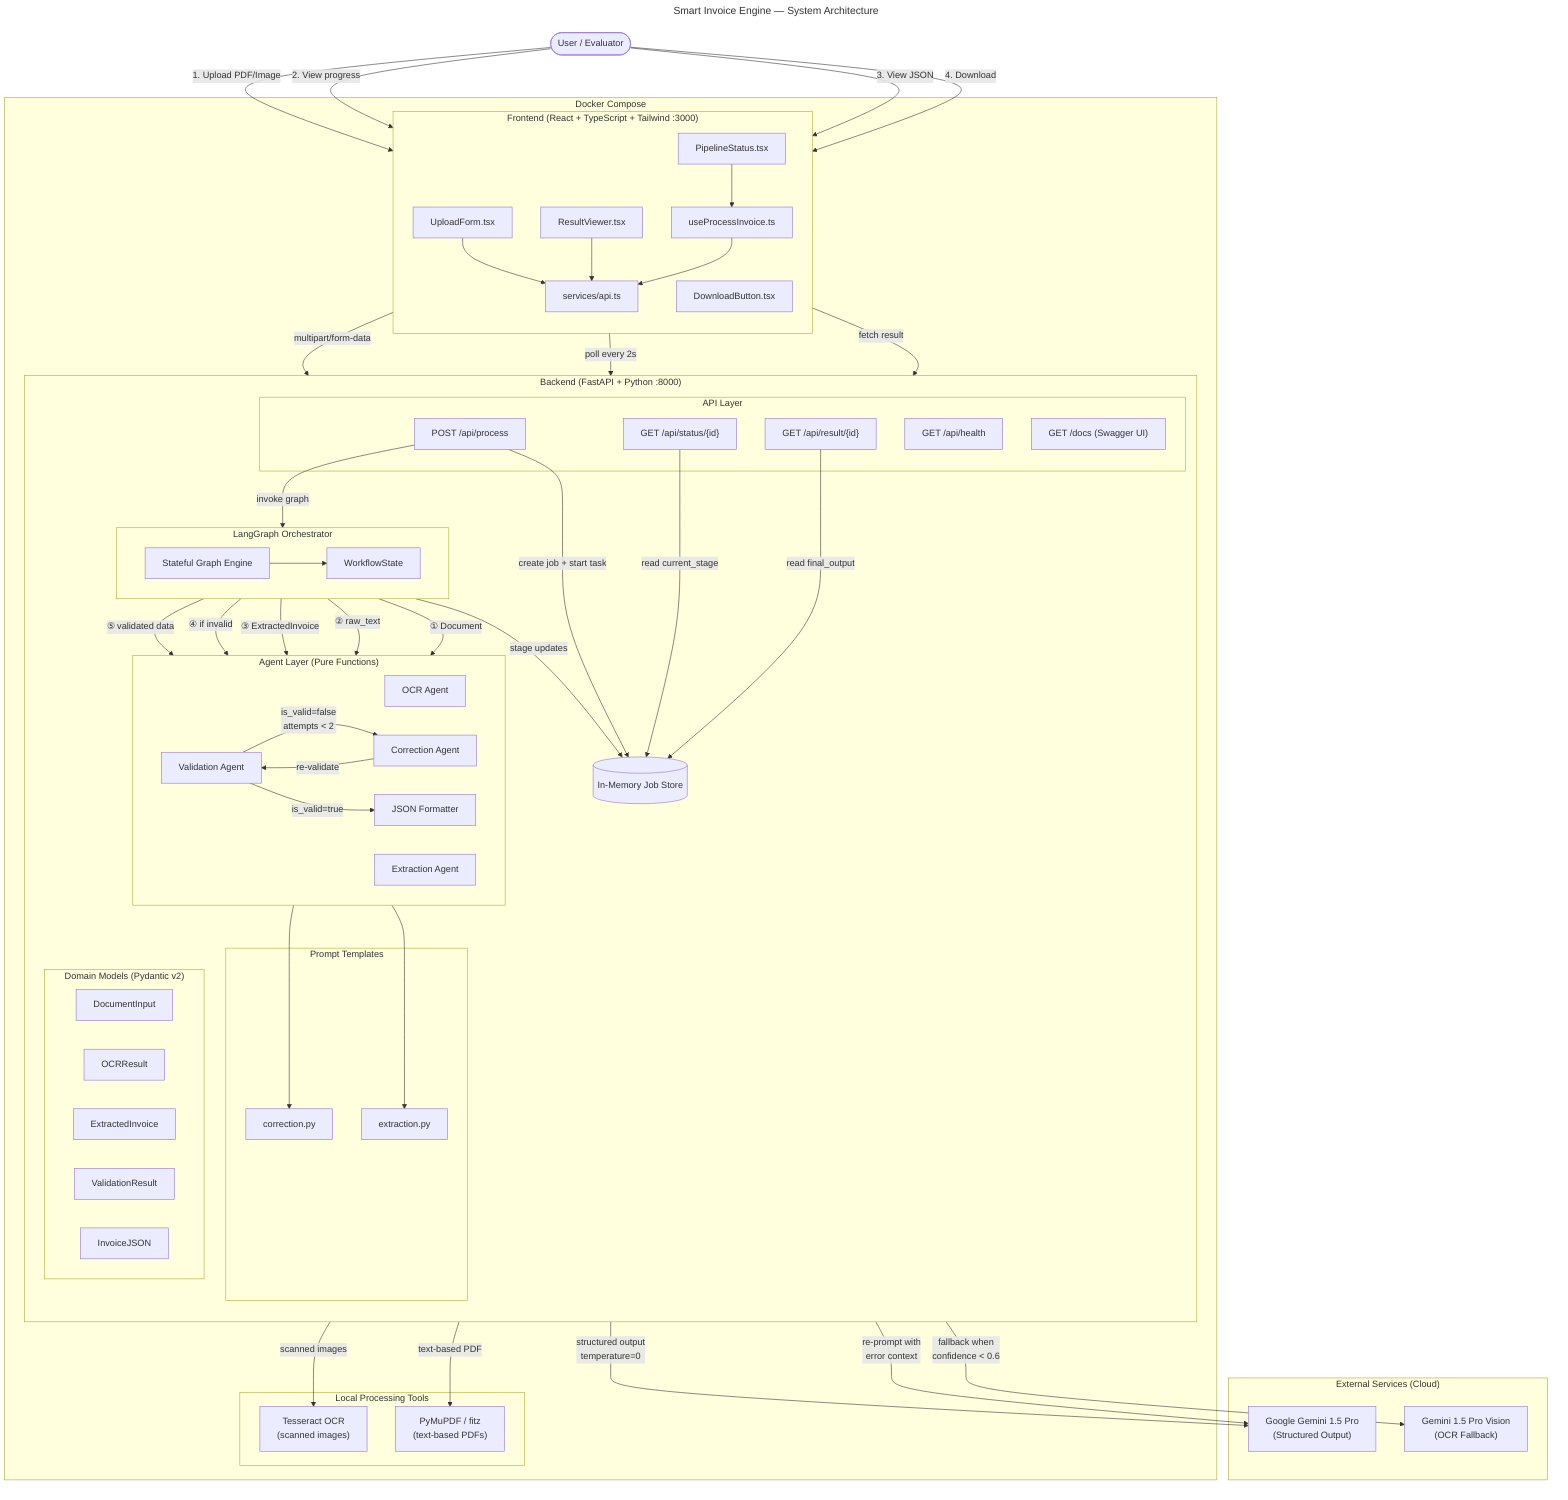
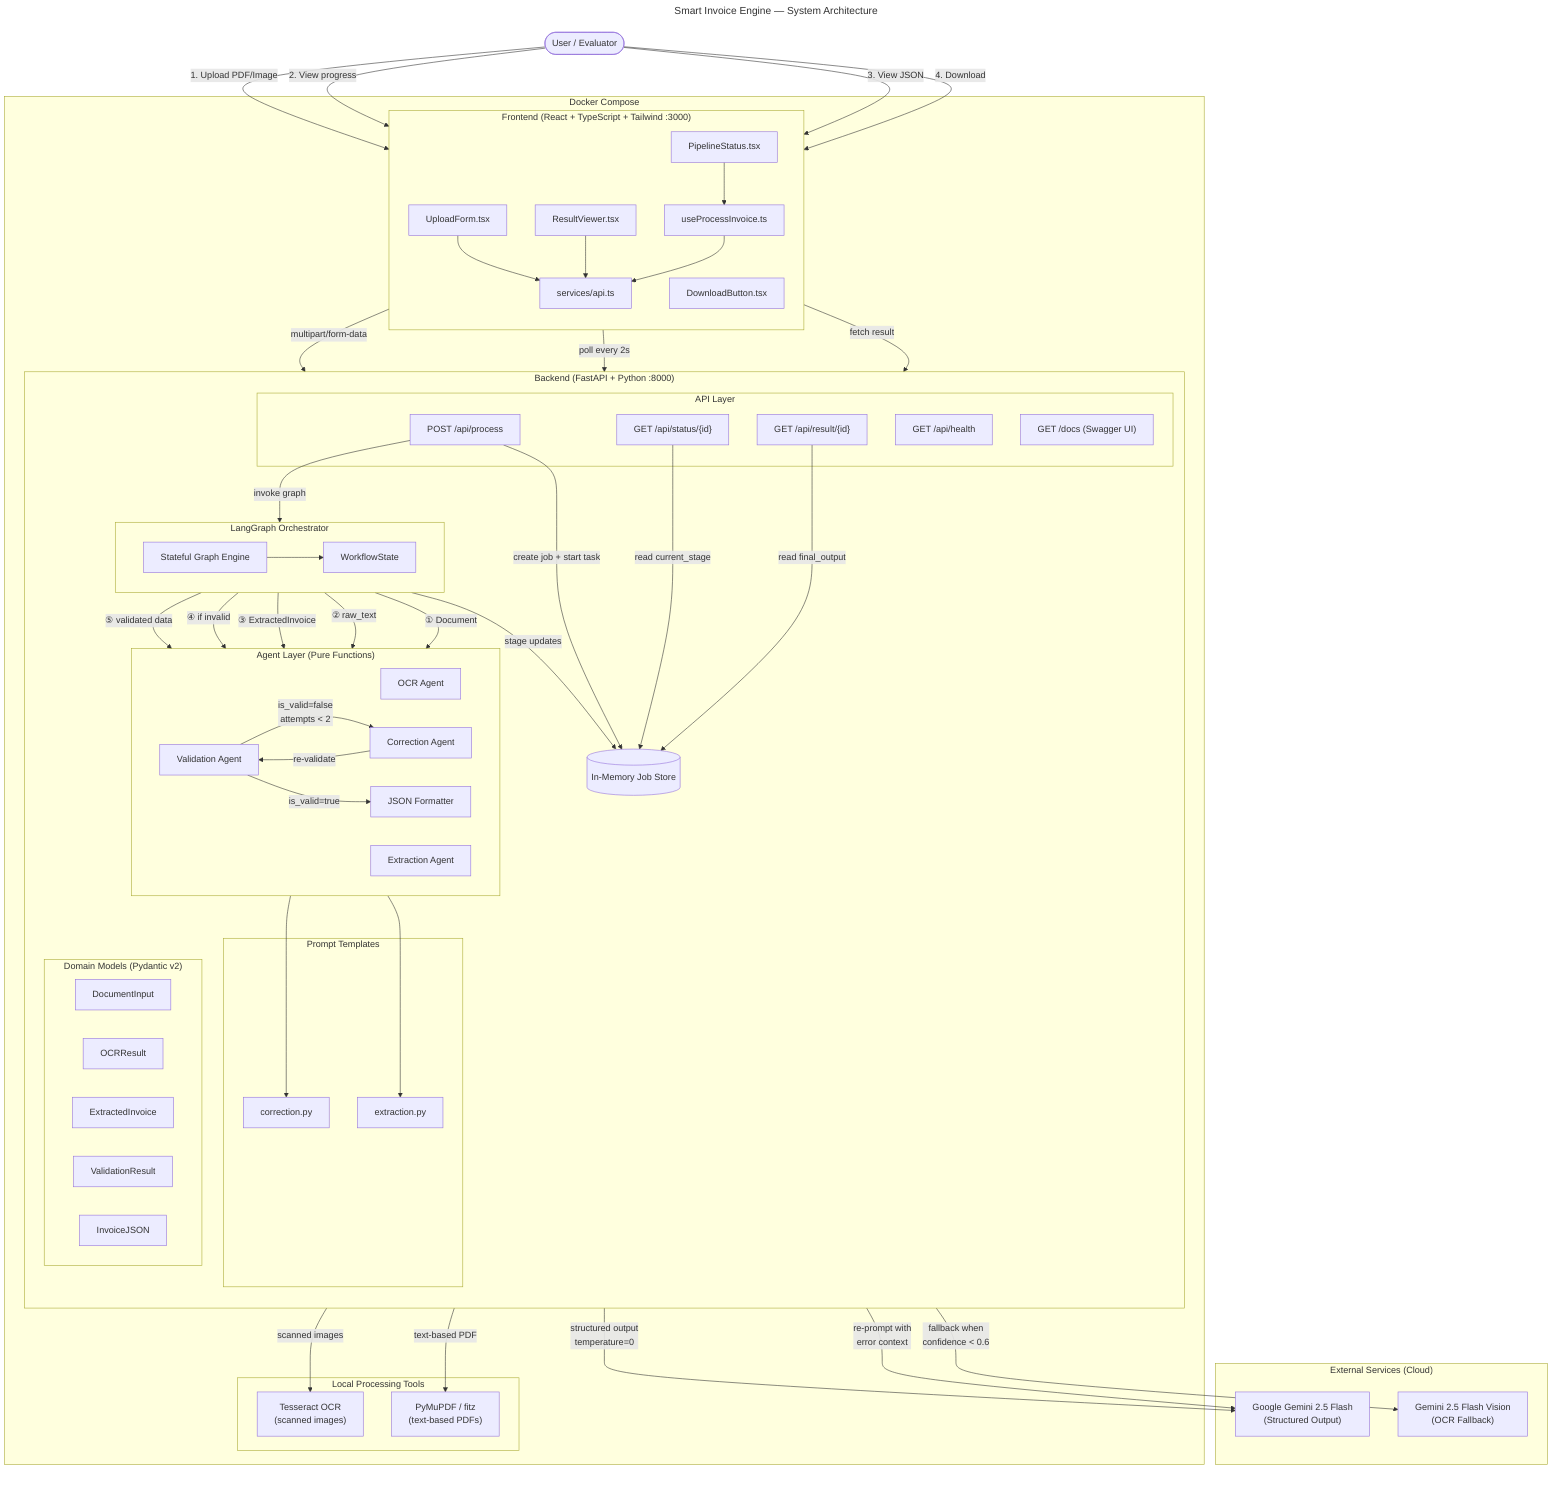
---
title: Smart Invoice Engine — System Architecture
---
graph TB
    %% ===== USER =====
    USER([User / Evaluator])

    %% ===== FRONTEND =====
    subgraph FRONTEND["Frontend (React + TypeScript + Tailwind :3000)"]
        direction TB
        UF[UploadForm.tsx]
        PS[PipelineStatus.tsx]
        RV[ResultViewer.tsx]
        DL[DownloadButton.tsx]
        SVC[services/api.ts]
        HOOK[useProcessInvoice.ts]
    end

    %% ===== BACKEND =====
    subgraph BACKEND["Backend (FastAPI + Python :8000)"]
        direction TB

        subgraph API_LAYER["API Layer"]
            EP1["POST /api/process"]
            EP2["GET /api/status/{id}"]
            EP3["GET /api/result/{id}"]
            HEALTH["GET /api/health"]
            SWAGGER["GET /docs (Swagger UI)"]
        end

        JOBS[("In-Memory Job Store")]

        subgraph ORCH["LangGraph Orchestrator"]
            direction LR
            STATE["WorkflowState"]
            GRAPH["Stateful Graph Engine"]
        end

        subgraph AGENTS["Agent Layer (Pure Functions)"]
            direction LR
            OCR["OCR Agent"]
            EXT["Extraction Agent"]
            VAL["Validation Agent"]
            COR["Correction Agent"]
            FMT["JSON Formatter"]
        end

        subgraph PROMPTS["Prompt Templates"]
            P_EXT["extraction.py"]
            P_COR["correction.py"]
        end

        subgraph MODELS["Domain Models (Pydantic v2)"]
            M_DOC["DocumentInput"]
            M_OCR["OCRResult"]
            M_INV["ExtractedInvoice"]
            M_VAL["ValidationResult"]
            M_JSON["InvoiceJSON"]
        end
    end

    %% ===== EXTERNAL SERVICES =====
    subgraph EXTERNAL["External Services (Cloud)"]
-         GPT4O["Google Gemini 1.5 Pro\n(Structured Output)"]
-         GPT4OV["Gemini 1.5 Pro Vision\n(OCR Fallback)"]
+         GPT4O["Google Gemini 2.5 Flash\n(Structured Output)"]
+         GPT4OV["Gemini 2.5 Flash Vision\n(OCR Fallback)"]
    end

    %% ===== LOCAL TOOLS =====
    subgraph LOCAL["Local Processing Tools"]
        TESS["Tesseract OCR\n(scanned images)"]
        PYMUPDF["PyMuPDF / fitz\n(text-based PDFs)"]
    end

    %% ===== DOCKER BOUNDARY =====
    subgraph DOCKER["Docker Compose"]
        FRONTEND
        BACKEND
        LOCAL
    end

    %% ===== USER CONNECTIONS =====
    USER -->|"1. Upload PDF/Image"| UF
    USER -->|"2. View progress"| PS
    USER -->|"3. View JSON"| RV
    USER -->|"4. Download"| DL

    %% ===== FRONTEND INTERNAL =====
    UF --> SVC
    PS --> HOOK
    RV --> SVC
    HOOK --> SVC

    %% ===== FRONTEND → BACKEND =====
    SVC -->|"multipart/form-data"| EP1
    SVC -->|"poll every 2s"| EP2
    SVC -->|"fetch result"| EP3

    %% ===== API → ORCHESTRATOR =====
    EP1 -->|"create job + start task"| JOBS
    EP1 -->|"invoke graph"| GRAPH
    EP2 -->|"read current_stage"| JOBS
    EP3 -->|"read final_output"| JOBS

    %% ===== ORCHESTRATOR → AGENTS (numbered sequence) =====
    GRAPH -->|"① Document"| OCR
    GRAPH -->|"② raw_text"| EXT
    GRAPH -->|"③ ExtractedInvoice"| VAL
    GRAPH -->|"④ if invalid"| COR
    GRAPH -->|"⑤ validated data"| FMT

    %% ===== CONDITIONAL LOOP =====
    VAL -->|"is_valid=false\nattempts < 2"| COR
    COR -->|"re-validate"| VAL
    VAL -->|"is_valid=true"| FMT

    %% ===== AGENTS → EXTERNAL =====
    EXT -->|"structured output\ntemperature=0"| GPT4O
    COR -->|"re-prompt with\nerror context"| GPT4O
    OCR -->|"fallback when\nconfidence < 0.6"| GPT4OV

    %% ===== AGENTS → LOCAL =====
    OCR -->|"scanned images"| TESS
    OCR -->|"text-based PDF"| PYMUPDF

    %% ===== AGENTS → PROMPTS =====
    EXT --> P_EXT
    COR --> P_COR

    %% ===== STATE FLOW =====
    GRAPH --> STATE
    STATE -->|"stage updates"| JOBS
